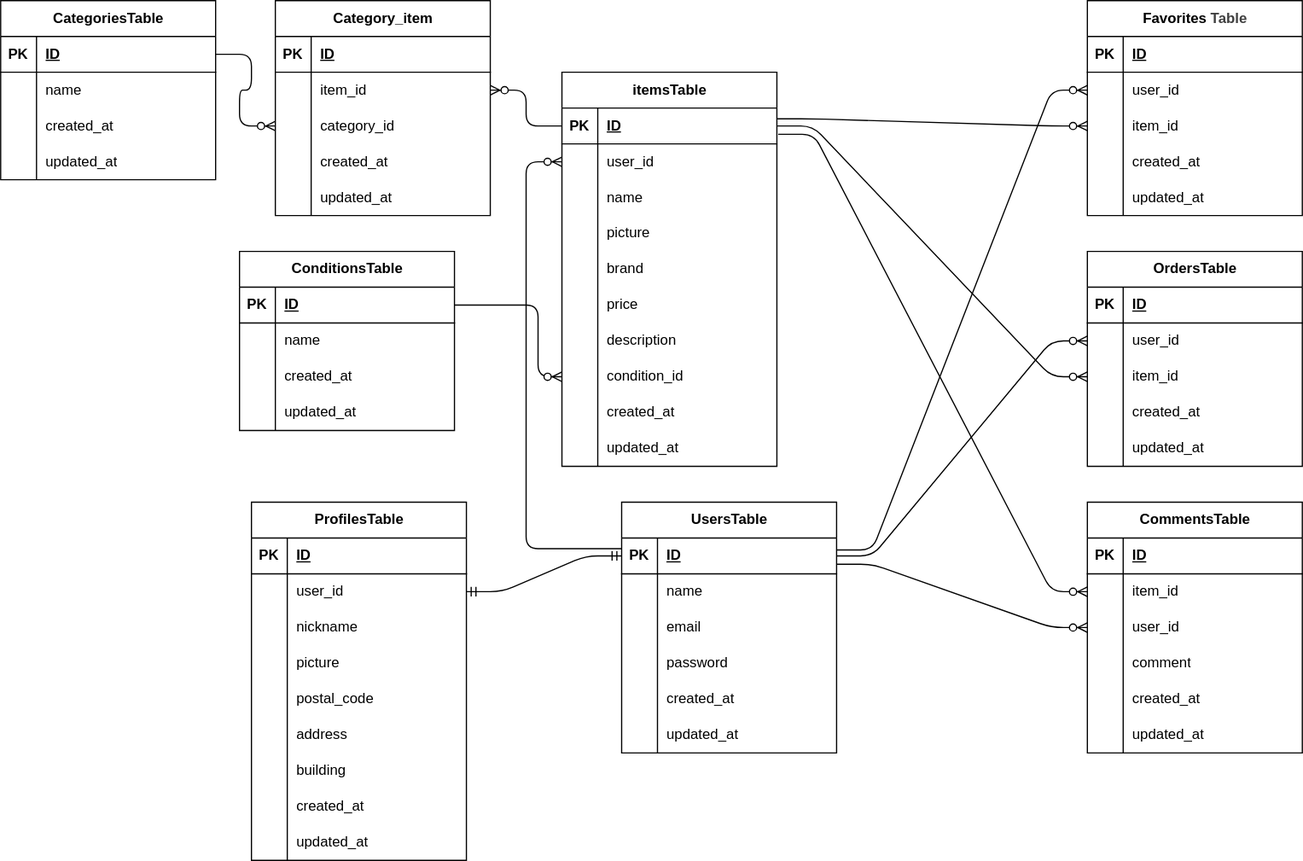
The draw.io diagram mogi1.drawio.svg in saki-yamada428/coachtech_market, before a commit. Source tidied: cells renumbered, new cells last; positions are measured from the earlier drawing's top-left corner, leaving out a move shared by most shapes.
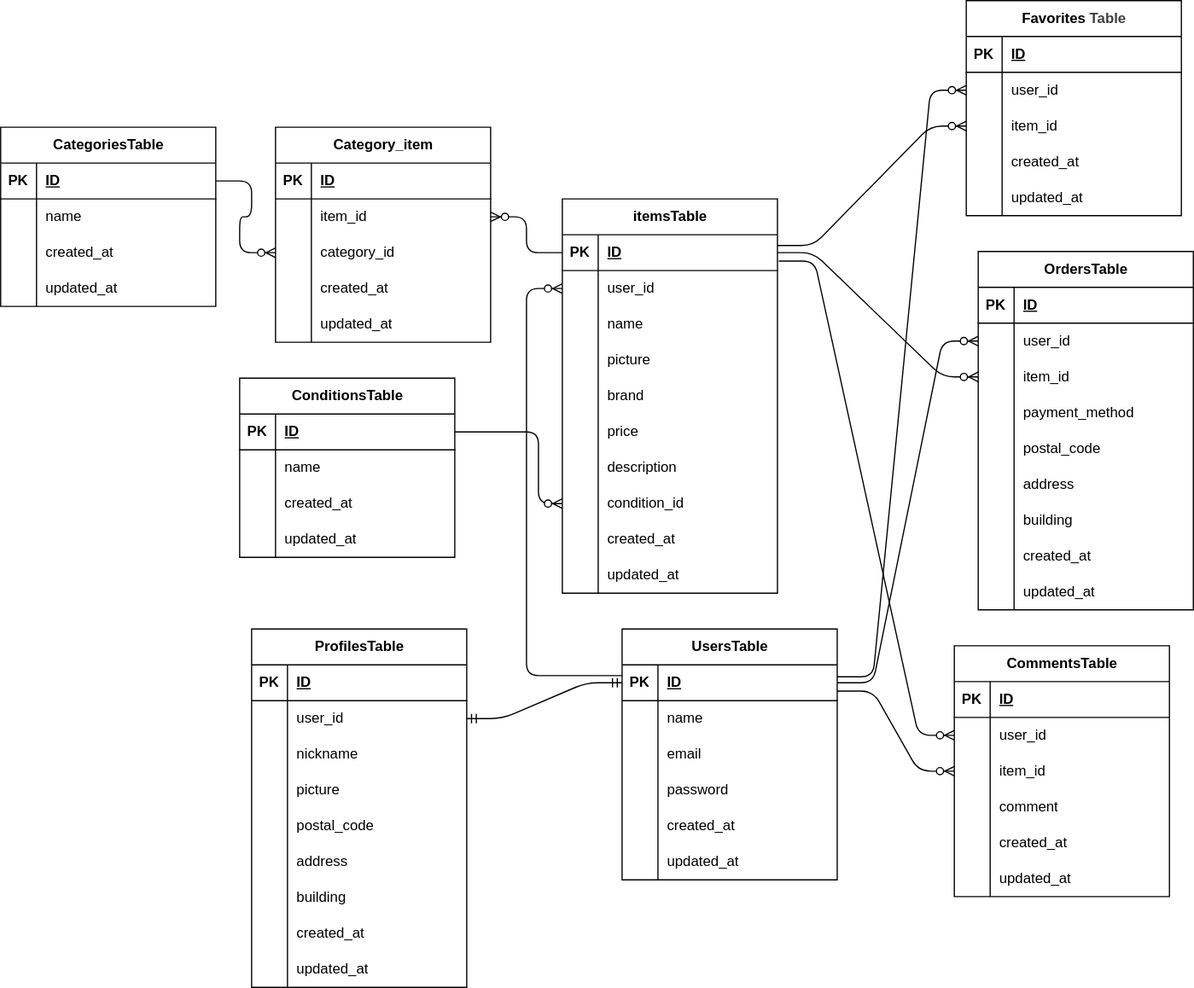
The same file after the commit.

Diff of the diagram source:
```diff
@@ -315,7 +315,7 @@
       <mxGeometry x="30" width="150" height="30" as="geometry" />
     </mxCell>
     <mxCell id="106" value="Favorites&lt;span style=&quot;background-color: transparent; color: rgb(63, 63, 63);&quot;&gt;Table&lt;/span&gt;" style="shape=table;startSize=30;rowLines=0;fontStyle=1;align=center;html=1;" parent="1" vertex="1">
-      <mxGeometry x="910" width="180" height="180" as="geometry" />
+      <mxGeometry x="808" y="-106" width="180" height="180" as="geometry" />
     </mxCell>
     <mxCell id="107" style="shape=tableRow;horizontal=0;startSize=0;swimlaneHead=0;swimlaneBody=0;fillColor=none;top=0;left=0;right=0;bottom=1;" parent="106" vertex="1">
       <mxGeometry y="30" width="180" height="30" as="geometry" />
@@ -366,7 +366,7 @@
       <mxGeometry relative="1" as="geometry" />
     </mxCell>
     <mxCell id="123" value="CommentsTable" style="shape=table;startSize=30;rowLines=0;fontStyle=1;align=center;html=1;" parent="1" vertex="1">
-      <mxGeometry x="910" y="420" width="180" height="210" as="geometry" />
+      <mxGeometry x="798" y="434" width="180" height="210" as="geometry" />
     </mxCell>
     <mxCell id="124" style="shape=tableRow;horizontal=0;startSize=0;swimlaneHead=0;swimlaneBody=0;fillColor=none;top=0;left=0;right=0;bottom=1;" parent="123" vertex="1">
       <mxGeometry y="30" width="180" height="30" as="geometry" />
@@ -383,7 +383,7 @@
     <mxCell id="128" style="shape=partialRectangle;fillColor=none;top=0;left=0;bottom=0;right=0;overflow=hidden;whiteSpace=wrap;html=1;" parent="127" vertex="1">
       <mxGeometry width="30" height="30" as="geometry" />
     </mxCell>
-    <mxCell id="129" value="item_id" style="shape=partialRectangle;fillColor=none;top=0;left=0;bottom=0;right=0;align=left;spacingLeft=6;overflow=hidden;whiteSpace=wrap;html=1;" parent="127" vertex="1">
+    <mxCell id="129" value="user_id" style="shape=partialRectangle;fillColor=none;top=0;left=0;bottom=0;right=0;align=left;spacingLeft=6;overflow=hidden;whiteSpace=wrap;html=1;" parent="127" vertex="1">
       <mxGeometry x="30" width="150" height="30" as="geometry" />
     </mxCell>
     <mxCell id="130" style="shape=tableRow;horizontal=0;startSize=0;swimlaneHead=0;swimlaneBody=0;fillColor=none;points=[[0,0.5],[1,0.5]];portConstraint=eastwest;top=0;left=0;right=0;bottom=0;" parent="123" vertex="1">
@@ -392,7 +392,7 @@
     <mxCell id="131" style="shape=partialRectangle;fillColor=none;top=0;left=0;bottom=0;right=0;overflow=hidden;whiteSpace=wrap;html=1;" parent="130" vertex="1">
       <mxGeometry width="30" height="30" as="geometry" />
     </mxCell>
-    <mxCell id="132" value="user_id" style="shape=partialRectangle;fillColor=none;top=0;left=0;bottom=0;right=0;align=left;spacingLeft=6;overflow=hidden;whiteSpace=wrap;html=1;" parent="130" vertex="1">
+    <mxCell id="132" value="item_id" style="shape=partialRectangle;fillColor=none;top=0;left=0;bottom=0;right=0;align=left;spacingLeft=6;overflow=hidden;whiteSpace=wrap;html=1;" parent="130" vertex="1">
       <mxGeometry x="30" width="150" height="30" as="geometry" />
     </mxCell>
     <mxCell id="133" style="shape=tableRow;horizontal=0;startSize=0;swimlaneHead=0;swimlaneBody=0;fillColor=none;top=0;left=0;right=0;bottom=0;" parent="123" vertex="1">
@@ -426,7 +426,7 @@
       <mxGeometry relative="1" as="geometry" />
     </mxCell>
     <mxCell id="143" value="OrdersTable" style="shape=table;startSize=30;rowLines=0;fontStyle=1;align=center;html=1;" parent="1" vertex="1">
-      <mxGeometry x="910" y="210" width="180" height="180" as="geometry" />
+      <mxGeometry x="818" y="104" width="180" height="300" as="geometry" />
     </mxCell>
     <mxCell id="144" style="shape=tableRow;horizontal=0;startSize=0;swimlaneHead=0;swimlaneBody=0;fillColor=none;top=0;left=0;right=0;bottom=1;" parent="143" vertex="1">
       <mxGeometry y="30" width="180" height="30" as="geometry" />
@@ -461,11 +461,47 @@
     <mxCell id="154" style="shape=partialRectangle;fillColor=none;top=0;left=0;bottom=0;right=0;overflow=hidden;whiteSpace=wrap;html=1;" parent="153" vertex="1">
       <mxGeometry width="30" height="30" as="geometry" />
     </mxCell>
-    <mxCell id="155" value="&lt;span style=&quot;color: rgb(0, 0, 0);&quot;&gt;created_at&lt;/span&gt;" style="shape=partialRectangle;fillColor=none;top=0;left=0;bottom=0;right=0;align=left;spacingLeft=6;overflow=hidden;whiteSpace=wrap;html=1;" parent="153" vertex="1">
+    <mxCell id="155" value="&lt;span style=&quot;color: rgb(0, 0, 0);&quot;&gt;payment_method&lt;/span&gt;" style="shape=partialRectangle;fillColor=none;top=0;left=0;bottom=0;right=0;align=left;spacingLeft=6;overflow=hidden;whiteSpace=wrap;html=1;" parent="153" vertex="1">
       <mxGeometry x="30" width="150" height="30" as="geometry" />
     </mxCell>
+    <mxCell id="184" style="shape=tableRow;horizontal=0;startSize=0;swimlaneHead=0;swimlaneBody=0;fillColor=none;top=0;left=0;right=0;bottom=0;" parent="143" vertex="1">
+      <mxGeometry y="150" width="180" height="30" as="geometry" />
+    </mxCell>
+    <mxCell id="185" style="shape=partialRectangle;fillColor=none;top=0;left=0;bottom=0;right=0;overflow=hidden;whiteSpace=wrap;html=1;" parent="184" vertex="1">
+      <mxGeometry width="30" height="30" as="geometry" />
+    </mxCell>
+    <mxCell id="186" value="&lt;span style=&quot;color: rgb(0, 0, 0);&quot;&gt;postal_code&lt;/span&gt;" style="shape=partialRectangle;fillColor=none;top=0;left=0;bottom=0;right=0;align=left;spacingLeft=6;overflow=hidden;whiteSpace=wrap;html=1;" parent="184" vertex="1">
+      <mxGeometry x="30" width="150" height="30" as="geometry" />
+    </mxCell>
+    <mxCell id="187" style="shape=tableRow;horizontal=0;startSize=0;swimlaneHead=0;swimlaneBody=0;fillColor=none;top=0;left=0;right=0;bottom=0;" parent="143" vertex="1">
+      <mxGeometry y="180" width="180" height="30" as="geometry" />
+    </mxCell>
+    <mxCell id="188" style="shape=partialRectangle;fillColor=none;top=0;left=0;bottom=0;right=0;overflow=hidden;whiteSpace=wrap;html=1;" parent="187" vertex="1">
+      <mxGeometry width="30" height="30" as="geometry" />
+    </mxCell>
+    <mxCell id="189" value="&lt;span style=&quot;color: rgb(0, 0, 0);&quot;&gt;address&lt;/span&gt;" style="shape=partialRectangle;fillColor=none;top=0;left=0;bottom=0;right=0;align=left;spacingLeft=6;overflow=hidden;whiteSpace=wrap;html=1;" parent="187" vertex="1">
+      <mxGeometry x="30" width="150" height="30" as="geometry" />
+    </mxCell>
+    <mxCell id="190" style="shape=tableRow;horizontal=0;startSize=0;swimlaneHead=0;swimlaneBody=0;fillColor=none;top=0;left=0;right=0;bottom=0;" parent="143" vertex="1">
+      <mxGeometry y="210" width="180" height="30" as="geometry" />
+    </mxCell>
+    <mxCell id="191" style="shape=partialRectangle;fillColor=none;top=0;left=0;bottom=0;right=0;overflow=hidden;whiteSpace=wrap;html=1;" parent="190" vertex="1">
+      <mxGeometry width="30" height="30" as="geometry" />
+    </mxCell>
+    <mxCell id="192" value="&lt;span style=&quot;color: rgb(0, 0, 0);&quot;&gt;building&lt;/span&gt;" style="shape=partialRectangle;fillColor=none;top=0;left=0;bottom=0;right=0;align=left;spacingLeft=6;overflow=hidden;whiteSpace=wrap;html=1;" parent="190" vertex="1">
+      <mxGeometry x="30" width="150" height="30" as="geometry" />
+    </mxCell>
+    <mxCell id="193" style="shape=tableRow;horizontal=0;startSize=0;swimlaneHead=0;swimlaneBody=0;fillColor=none;top=0;left=0;right=0;bottom=0;" parent="143" vertex="1">
+      <mxGeometry y="240" width="180" height="30" as="geometry" />
+    </mxCell>
+    <mxCell id="194" style="shape=partialRectangle;fillColor=none;top=0;left=0;bottom=0;right=0;overflow=hidden;whiteSpace=wrap;html=1;" parent="193" vertex="1">
+      <mxGeometry width="30" height="30" as="geometry" />
+    </mxCell>
+    <mxCell id="195" value="&lt;span style=&quot;color: rgb(0, 0, 0);&quot;&gt;created_at&lt;/span&gt;" style="shape=partialRectangle;fillColor=none;top=0;left=0;bottom=0;right=0;align=left;spacingLeft=6;overflow=hidden;whiteSpace=wrap;html=1;" parent="193" vertex="1">
+      <mxGeometry x="30" width="150" height="30" as="geometry" />
+    </mxCell>
     <mxCell id="156" style="shape=tableRow;horizontal=0;startSize=0;swimlaneHead=0;swimlaneBody=0;fillColor=none;top=0;left=0;right=0;bottom=0;" parent="143" vertex="1">
-      <mxGeometry y="150" width="180" height="30" as="geometry" />
+      <mxGeometry y="270" width="180" height="30" as="geometry" />
     </mxCell>
     <mxCell id="157" style="shape=partialRectangle;fillColor=none;top=0;left=0;bottom=0;right=0;overflow=hidden;whiteSpace=wrap;html=1;" parent="156" vertex="1">
       <mxGeometry width="30" height="30" as="geometry" />
```
